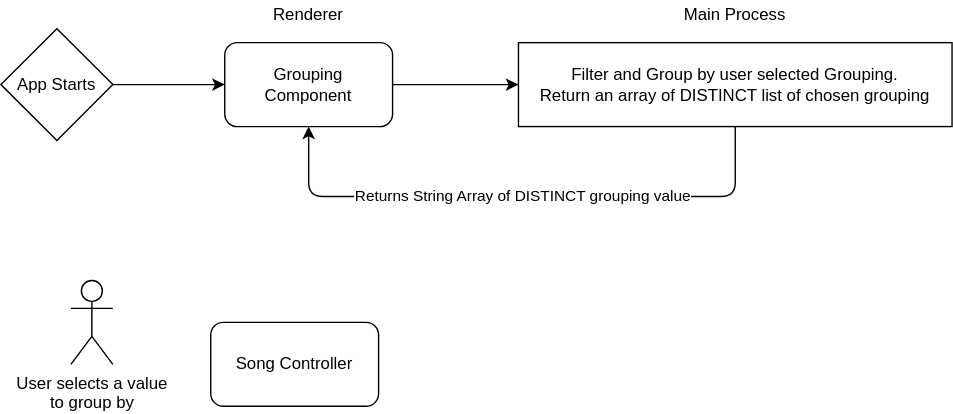
Above: diagrams/song-filter.drawio.svg in PacoGim/Jahmin (draw.io), before the change. Source tidied: cells renumbered, new cells last; positions are measured from the earlier drawing's top-left corner, leaving out a move shared by most shapes. Source of this version:
```xml
<mxGraphModel>
  <root>
    <mxCell id="0" />
    <mxCell id="1" parent="0" />
    <mxCell id="2" style="edgeStyle=orthogonalEdgeStyle;rounded=0;jettySize=auto;html=1;" parent="1" edge="1" source="3" target="8">
      <mxGeometry relative="1" as="geometry" />
    </mxCell>
    <mxCell id="3" value="Grouping&lt;br&gt;Component" style="rounded=1;whiteSpace=wrap;html=1;" parent="1" vertex="1">
      <mxGeometry x="160" y="30" width="120" height="60" as="geometry" />
    </mxCell>
    <mxCell id="4" style="edgeStyle=orthogonalEdgeStyle;rounded=0;jettySize=auto;html=1;" parent="1" edge="1" source="5" target="3">
      <mxGeometry relative="1" as="geometry" />
    </mxCell>
    <mxCell id="5" value="&lt;span&gt;App Starts&lt;/span&gt;" style="rhombus;whiteSpace=wrap;html=1;" parent="1" vertex="1">
      <mxGeometry y="20" width="80" height="80" as="geometry" />
    </mxCell>
    <mxCell id="6" value="Renderer" style="text;html=1;strokeColor=none;fillColor=none;align=center;verticalAlign=middle;whiteSpace=wrap;rounded=0;" parent="1" vertex="1">
      <mxGeometry x="200" width="40" height="20" as="geometry" />
    </mxCell>
    <mxCell id="7" value="Main Process" style="text;html=1;strokeColor=none;fillColor=none;align=center;verticalAlign=middle;whiteSpace=wrap;rounded=0;" parent="1" vertex="1">
      <mxGeometry x="485" width="80" height="20" as="geometry" />
    </mxCell>
    <mxCell id="8" value="Filter and Group by user selected Grouping.&lt;br&gt;Return an array of DISTINCT list of chosen grouping" style="rounded=0;whiteSpace=wrap;html=1;" parent="1" vertex="1">
      <mxGeometry x="370" y="30" width="310" height="60" as="geometry" />
    </mxCell>
    <mxCell id="9" style="endArrow=classic;html=1;exitX=0.5;exitY=1;exitDx=0;exitDy=0;entryX=0.5;entryY=1;entryDx=0;entryDy=0;" parent="1" edge="1" source="8" target="3">
      <mxGeometry relative="1" as="geometry">
        <Array as="points">
          <mxPoint x="525" y="140" />
          <mxPoint x="440" y="140" />
          <mxPoint x="280" y="140" />
          <mxPoint x="220" y="140" />
        </Array>
      </mxGeometry>
    </mxCell>
    <mxCell id="10" value="Returns String Array of DISTINCT grouping value" style="edgeLabel;html=1;align=center;verticalAlign=middle;" parent="9" vertex="1">
      <mxGeometry relative="1" as="geometry" />
    </mxCell>
    <mxCell id="11" value="User selects a value &lt;br&gt;to group by" style="shape=umlActor;verticalLabelPosition=bottom;verticalAlign=top;html=1;" parent="1" vertex="1">
      <mxGeometry x="50" y="200" width="30" height="60" as="geometry" />
    </mxCell>
    <mxCell id="12" value="Song Controller" style="rounded=1;whiteSpace=wrap;html=1;" parent="1" vertex="1">
      <mxGeometry x="150" y="230" width="120" height="60" as="geometry" />
    </mxCell>
  </root>
</mxGraphModel>
```
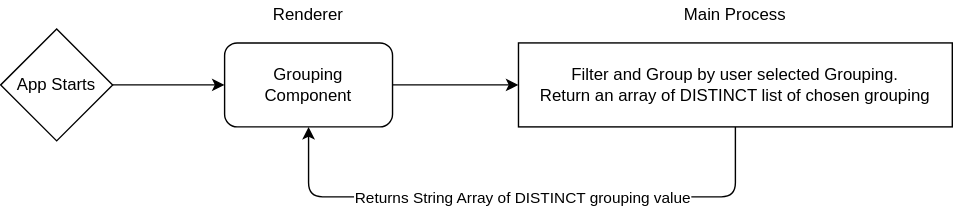
After the change.

Change to the diagram source:
```diff
@@ -36,11 +36,5 @@
     <mxCell id="10" value="Returns String Array of DISTINCT grouping value" style="edgeLabel;html=1;align=center;verticalAlign=middle;" parent="9" vertex="1">
       <mxGeometry relative="1" as="geometry" />
     </mxCell>
-    <mxCell id="11" value="User selects a value &lt;br&gt;to group by" style="shape=umlActor;verticalLabelPosition=bottom;verticalAlign=top;html=1;" parent="1" vertex="1">
-      <mxGeometry x="50" y="200" width="30" height="60" as="geometry" />
-    </mxCell>
-    <mxCell id="12" value="Song Controller" style="rounded=1;whiteSpace=wrap;html=1;" parent="1" vertex="1">
-      <mxGeometry x="150" y="230" width="120" height="60" as="geometry" />
-    </mxCell>
   </root>
 </mxGraphModel>
```
